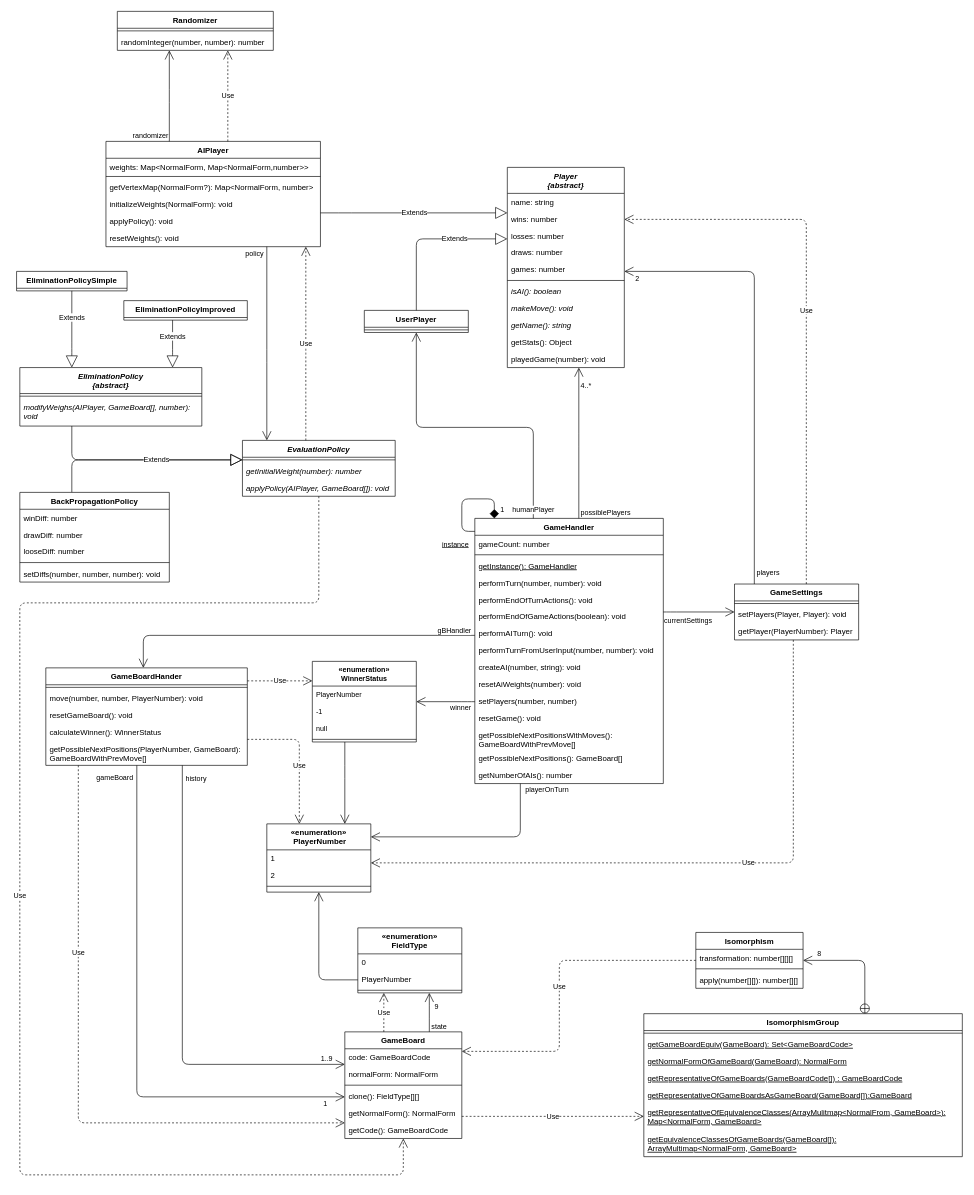
Earlier version of the draw.io diagram ProductBacklog/Klassendiagramme/Klassendiagramm.drawio (idlaviV/TIKTacToe). Source tidied: cells renumbered, new cells numbered last; positions are measured from the earlier drawing's top-left corner, leaving out a move shared by most shapes. Both pictures are drawn from the tidied source at 65%, with x=0, y=0 at pixel (16, 11).
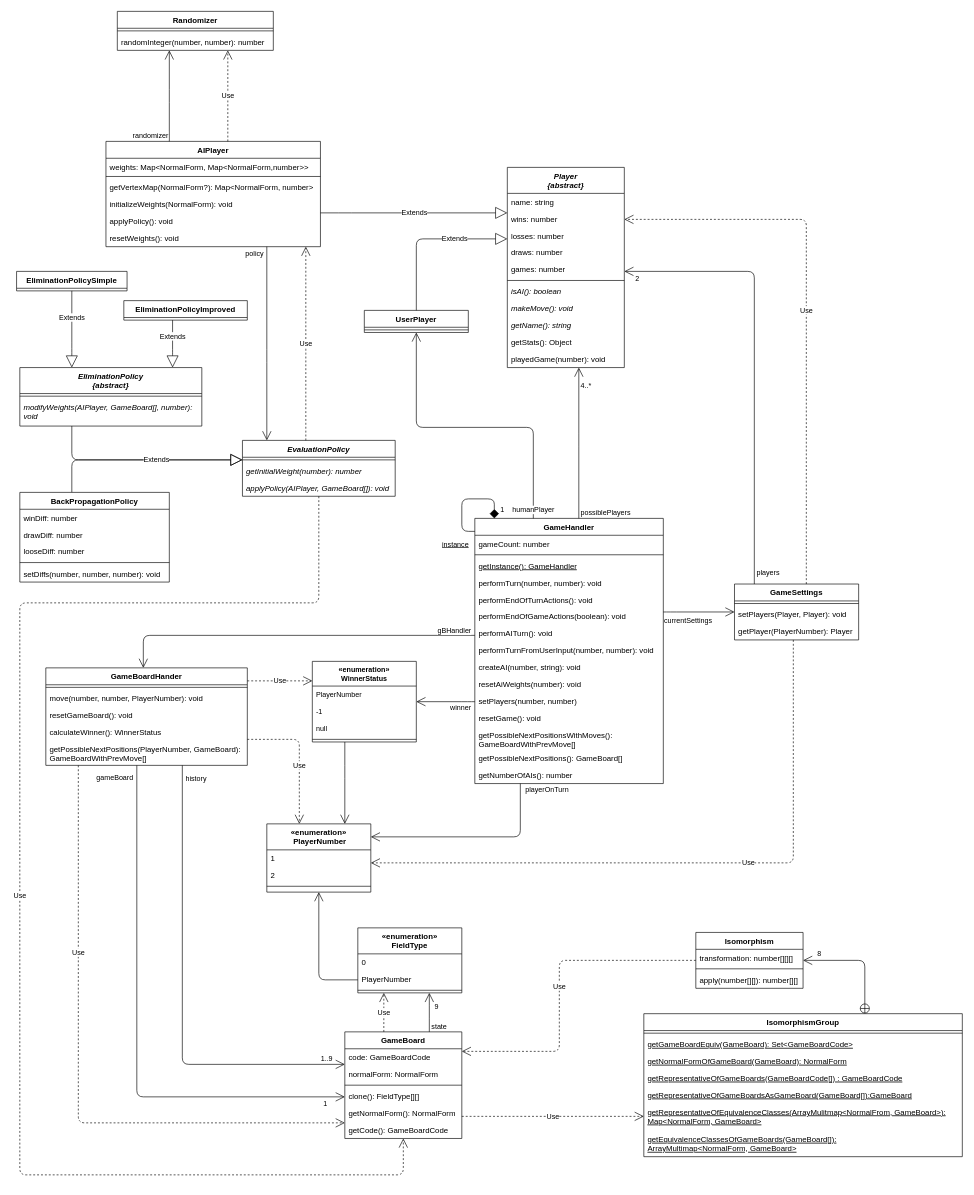
The same diagram, later.

Commit message:
kleiner typo

The change refers to these unchanged cells:
```xml
<mxCell id="125" value="EliminationPolicy&#10;{abstract}" style="swimlane;fontStyle=3;align=center;verticalAlign=top;horizontal=1;startSize=40;" parent="1" vertex="1">
  <mxGeometry x="5" y="548" width="280" height="90" as="geometry" />
</mxCell>
```

The edit, as a diff of the source:
```diff
@@
-    <mxCell id="127" value="modifyWeighs(AIPlayer, GameBoard[], number):&#10;void" style="text;strokeColor=none;fillColor=none;align=left;verticalAlign=top;spacingLeft=4;spacingRight=4;overflow=hidden;fontStyle=2;" parent="125" vertex="1">
+    <mxCell id="127" value="modifyWeights(AIPlayer, GameBoard[], number):&#10;void" style="text;strokeColor=none;fillColor=none;align=left;verticalAlign=top;spacingLeft=4;spacingRight=4;overflow=hidden;fontStyle=2;" parent="125" vertex="1">
       <mxGeometry y="48" width="280" height="42" as="geometry" />
     </mxCell>
```
